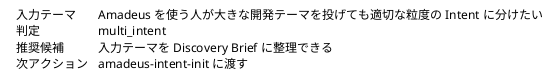
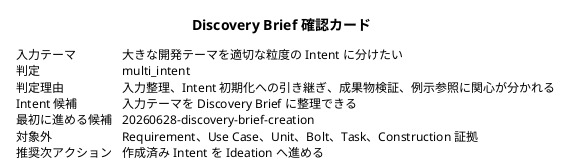
@startsalt
+ title Discovery Brief 確認カード
{
- {T
- + 入力テーマ | Amadeus を使う人が大きな開発テーマを投げても適切な粒度の Intent に分けたい
- + 判定 | multi_intent
- + 推奨候補 | 入力テーマを Discovery Brief に整理できる
- + 次アクション | amadeus-intent-init に渡す
- }
+   {T
+     + 入力テーマ | 大きな開発テーマを適切な粒度の Intent に分けたい
+     + 判定 | multi_intent
+     + 判定理由 | 入力整理、Intent 初期化への引き継ぎ、成果物検証、例示参照に関心が分かれる
+     + Intent 候補 | 入力テーマを Discovery Brief に整理できる
+     + 最初に進める候補 | 20260628-discovery-brief-creation
+     + 対象外 | Requirement、Use Case、Unit、Bolt、Task、Construction 証拠
+     + 推奨次アクション | 作成済み Intent を Ideation へ進める
+   }
}
@endsalt
